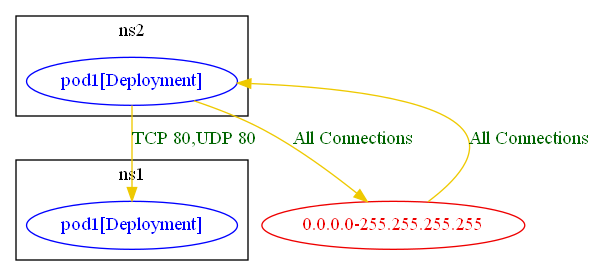
Before: test_outputs/connlist/anp_with_np_pass_test_connlist_output.dot.png, a diagram exported from Graphviz (np-guard/netpol-analyzer). Its source is kept beside it as test_outputs/connlist/anp_with_np_pass_test_connlist_output.dot.
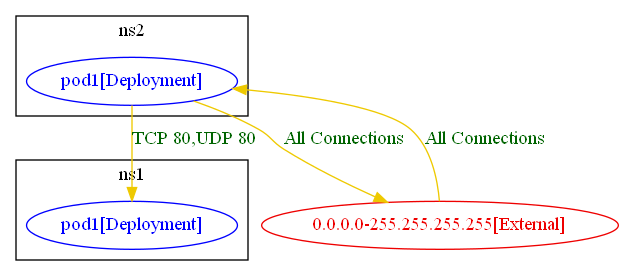
After the commit.

Diff of the diagram source:
```diff
@@ -11,8 +11,8 @@
 		"ns2/pod1[Deployment]" [label="pod1[Deployment]" color="blue" fontcolor="blue"]
 		label="ns2"
 	}
-	"0.0.0.0-255.255.255.255" [label="0.0.0.0-255.255.255.255" color="red2" fontcolor="red2"]
-	"0.0.0.0-255.255.255.255" -> "ns2/pod1[Deployment]" [label="All Connections" color="gold2" fontcolor="darkgreen" weight=0.5]
-	"ns2/pod1[Deployment]" -> "0.0.0.0-255.255.255.255" [label="All Connections" color="gold2" fontcolor="darkgreen" weight=1]
+	"0.0.0.0-255.255.255.255[External]" [label="0.0.0.0-255.255.255.255[External]" color="red2" fontcolor="red2"]
+	"0.0.0.0-255.255.255.255[External]" -> "ns2/pod1[Deployment]" [label="All Connections" color="gold2" fontcolor="darkgreen" weight=0.5]
+	"ns2/pod1[Deployment]" -> "0.0.0.0-255.255.255.255[External]" [label="All Connections" color="gold2" fontcolor="darkgreen" weight=1]
 	"ns2/pod1[Deployment]" -> "ns1/pod1[Deployment]" [label="TCP 80,UDP 80" color="gold2" fontcolor="darkgreen" weight=1]
 }
```
